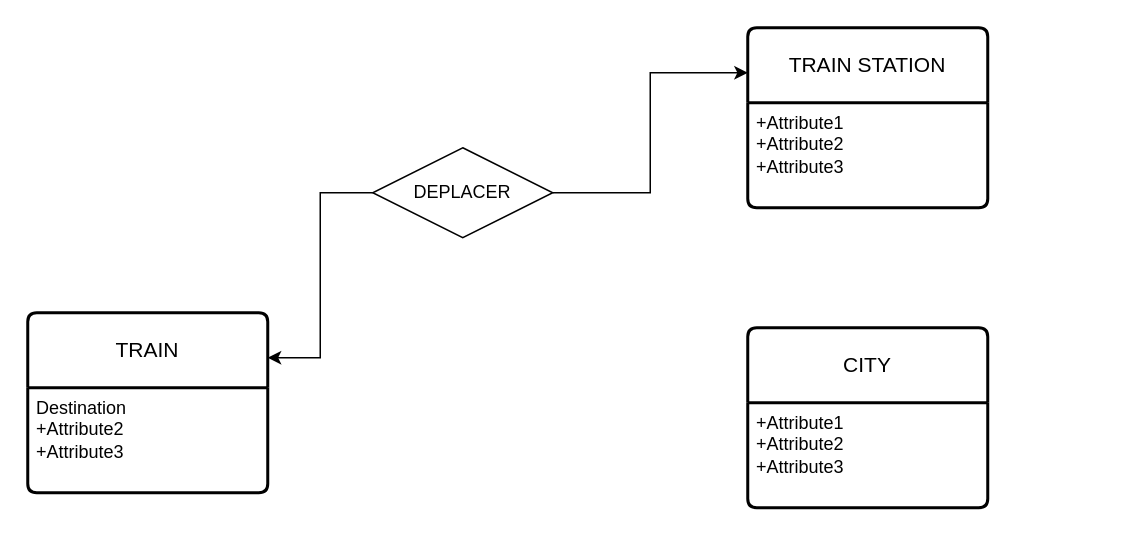
Earlier version of the draw.io diagram Diagramme sans nom 3.drawio (vsilvanska/examen-info-2023). Source tidied: cells renumbered, new cells numbered last; positions are measured from the earlier drawing's top-left corner, leaving out a move shared by most shapes. Both pictures are drawn from the tidied source at 150%, with x=0, y=0 at pixel (27, 27).
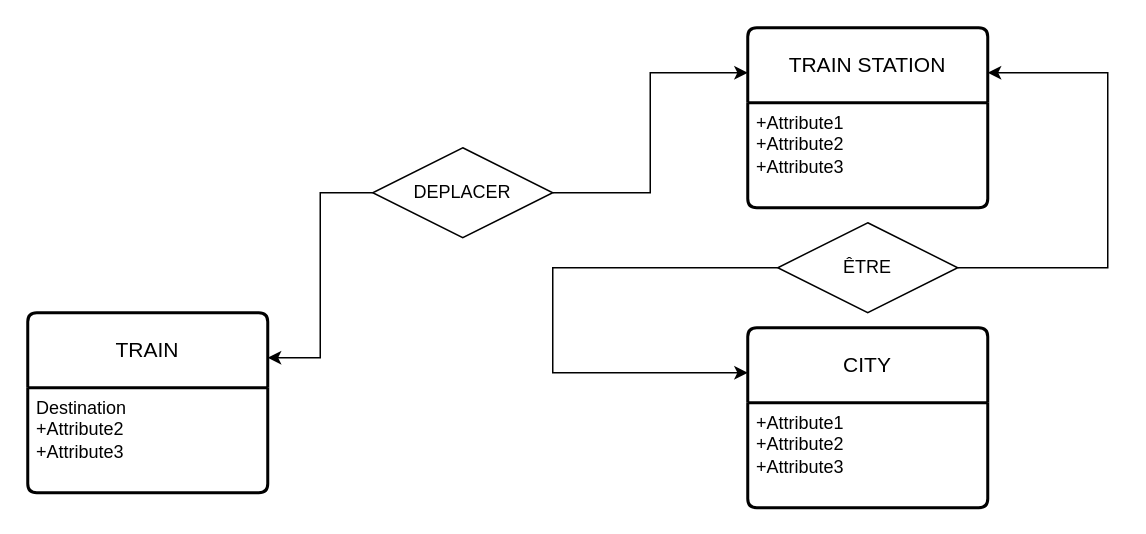
The same page after the edit.

Commit message (it also covers changes not shown here):
Mettre à jour Diagramme sans nom 3.drawio

The edit, as a diff of the source:
```diff
@@
 <mxGraphModel>
   <root>
     <mxCell id="0" />
     <mxCell id="1" parent="0" />
     <mxCell id="2" value="TRAIN" style="swimlane;horizontal=1;startSize=50;rounded=1;fontSize=14;fontStyle=0;strokeWidth=2;shadow=0;dashed=0;align=center;arcSize=4;whiteSpace=wrap;html=1;" parent="1" vertex="1">
       <mxGeometry y="190" width="160" height="120" as="geometry" />
     </mxCell>
     <mxCell id="3" value="Destination&lt;br&gt;+Attribute2&lt;br&gt;+Attribute3" style="align=left;strokeColor=none;fillColor=none;spacingLeft=4;fontSize=12;verticalAlign=top;html=1;" parent="2" vertex="1">
       <mxGeometry y="50" width="160" height="70" as="geometry" />
     </mxCell>
     <mxCell id="4" style="edgeStyle=orthogonalEdgeStyle;rounded=0;jettySize=auto;html=1;exitX=0;exitY=0.5;exitDx=0;exitDy=0;entryX=1;entryY=0.25;entryDx=0;entryDy=0;" parent="1" edge="1" source="6" target="2">
       <mxGeometry relative="1" as="geometry" />
     </mxCell>
     <mxCell id="5" style="edgeStyle=orthogonalEdgeStyle;rounded=0;jettySize=auto;html=1;exitX=1;exitY=0.5;exitDx=0;exitDy=0;entryX=0;entryY=0.25;entryDx=0;entryDy=0;" parent="1" edge="1" source="6" target="7">
       <mxGeometry relative="1" as="geometry" />
     </mxCell>
     <mxCell id="6" value="DEPLACER" style="shape=rhombus;perimeter=rhombusPerimeter;whiteSpace=wrap;html=1;align=center;" parent="1" vertex="1">
       <mxGeometry x="230" y="80" width="120" height="60" as="geometry" />
     </mxCell>
     <mxCell id="7" value="TRAIN STATION" style="swimlane;horizontal=1;startSize=50;rounded=1;fontSize=14;fontStyle=0;strokeWidth=2;shadow=0;dashed=0;align=center;arcSize=4;whiteSpace=wrap;html=1;" parent="1" vertex="1">
       <mxGeometry x="480" width="160" height="120" as="geometry" />
     </mxCell>
     <mxCell id="8" value="+Attribute1&#10;+Attribute2&#10;+Attribute3" style="align=left;strokeColor=none;fillColor=none;spacingLeft=4;fontSize=12;verticalAlign=top;html=1;" parent="7" vertex="1">
       <mxGeometry y="50" width="160" height="70" as="geometry" />
     </mxCell>
     <mxCell id="9" value="CITY" style="swimlane;horizontal=1;startSize=50;rounded=1;fontSize=14;fontStyle=0;strokeWidth=2;shadow=0;dashed=0;align=center;arcSize=4;whiteSpace=wrap;html=1;" parent="1" vertex="1">
       <mxGeometry x="480" y="200" width="160" height="120" as="geometry" />
     </mxCell>
     <mxCell id="10" value="+Attribute1&#10;+Attribute2&#10;+Attribute3" style="align=left;strokeColor=none;fillColor=none;spacingLeft=4;fontSize=12;verticalAlign=top;html=1;" parent="9" vertex="1">
       <mxGeometry y="50" width="160" height="70" as="geometry" />
     </mxCell>
+    <mxCell id="11" style="edgeStyle=orthogonalEdgeStyle;rounded=0;jettySize=auto;html=1;exitX=1;exitY=0.5;exitDx=0;exitDy=0;entryX=1;entryY=0.25;entryDx=0;entryDy=0;" parent="1" edge="1" source="13" target="7">
+      <mxGeometry relative="1" as="geometry">
+        <Array as="points">
+          <mxPoint x="720" y="160" />
+          <mxPoint x="720" y="30" />
+        </Array>
+      </mxGeometry>
+    </mxCell>
+    <mxCell id="12" style="edgeStyle=orthogonalEdgeStyle;rounded=0;jettySize=auto;html=1;exitX=0;exitY=0.5;exitDx=0;exitDy=0;entryX=0;entryY=0.25;entryDx=0;entryDy=0;" parent="1" edge="1" source="13" target="9">
+      <mxGeometry relative="1" as="geometry">
+        <Array as="points">
+          <mxPoint x="350" y="160" />
+          <mxPoint x="350" y="230" />
+        </Array>
+      </mxGeometry>
+    </mxCell>
+    <mxCell id="13" value="ÊTRE" style="shape=rhombus;perimeter=rhombusPerimeter;whiteSpace=wrap;html=1;align=center;" parent="1" vertex="1">
+      <mxGeometry x="500" y="130" width="120" height="60" as="geometry" />
+    </mxCell>
   </root>
 </mxGraphModel>
```
